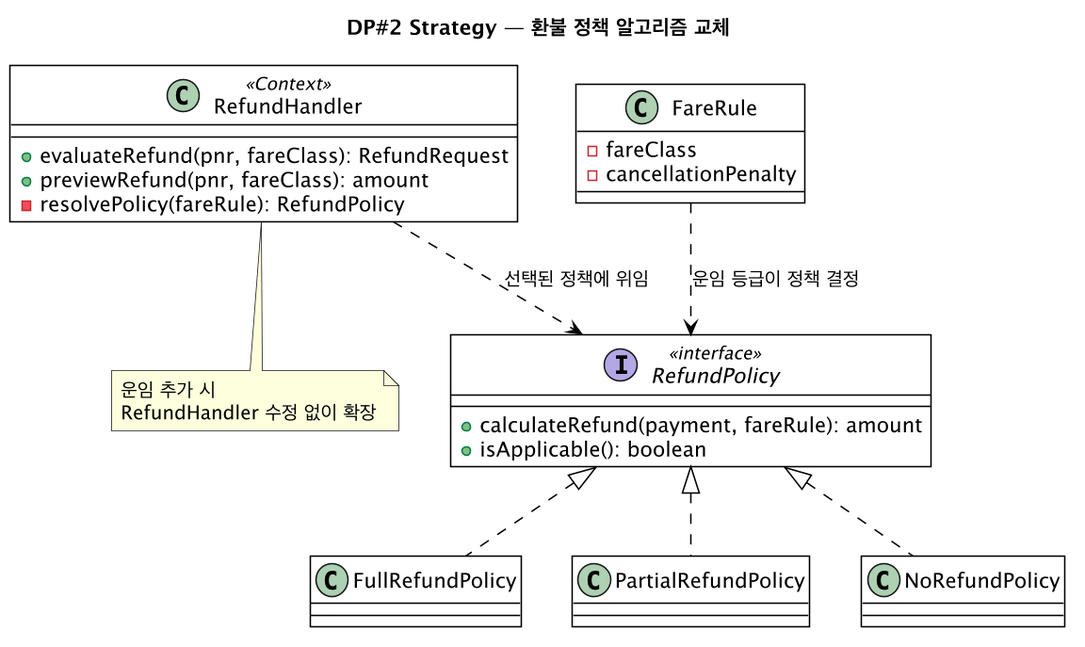
Before: docs/diagrams/iter4-puml/dp2-strategy.png, a diagram exported from PlantUML (gimjungwook/KoreanAirReservationDomain). The source it was exported from:
```plantuml
@startuml dp2-strategy
!include _style.puml
title DP#2 Strategy — 환불 정책 알고리즘 교체

interface RefundPolicy <<interface>> {
  +calculateRefund(payment, fareRule): amount
  +isApplicable(): boolean
}
class FullRefundPolicy
class PartialRefundPolicy
class NoRefundPolicy
class RefundHandler <<Context>> {
  +evaluateRefund(pnr, fareClass): RefundRequest
  +previewRefund(pnr, fareClass): amount
  -resolvePolicy(fareRule): RefundPolicy
}
class FareRule {
  -fareClass
  -cancellationPenalty
}

RefundPolicy <|.. FullRefundPolicy
RefundPolicy <|.. PartialRefundPolicy
RefundPolicy <|.. NoRefundPolicy
RefundHandler ..> RefundPolicy : 선택된 정책에 위임
FareRule ..> RefundPolicy : 운임 등급이 정책 결정
note bottom of RefundHandler : 운임 추가 시\nRefundHandler 수정 없이 확장
@enduml
```
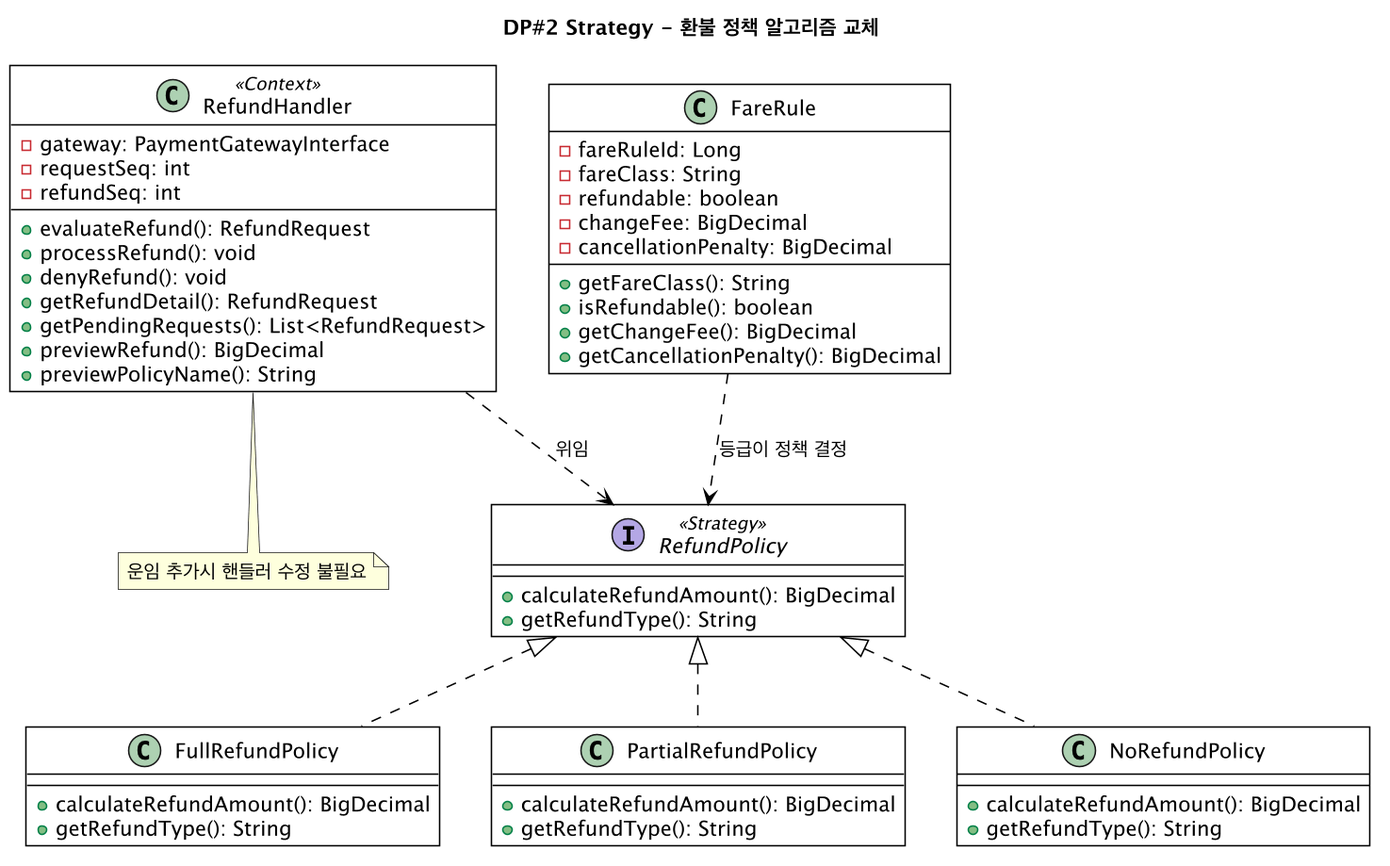
Later version of the same file.

What changed in the source:
```diff
@@ -1,28 +1,51 @@
 @startuml dp2-strategy
 !include _style.puml
-title DP#2 Strategy — 환불 정책 알고리즘 교체
-
-interface RefundPolicy <<interface>> {
-  +calculateRefund(payment, fareRule): amount
-  +isApplicable(): boolean
+title DP#2 Strategy - 환불 정책 알고리즘 교체
+interface RefundPolicy <<Strategy>> {
+  +calculateRefundAmount(): BigDecimal
+  +getRefundType(): String
 }
-class FullRefundPolicy
-class PartialRefundPolicy
-class NoRefundPolicy
+class FullRefundPolicy {
+  +calculateRefundAmount(): BigDecimal
+  +getRefundType(): String
+}
+class PartialRefundPolicy {
+  +calculateRefundAmount(): BigDecimal
+  +getRefundType(): String
+}
+class NoRefundPolicy {
+  +calculateRefundAmount(): BigDecimal
+  +getRefundType(): String
+}
 class RefundHandler <<Context>> {
-  +evaluateRefund(pnr, fareClass): RefundRequest
-  +previewRefund(pnr, fareClass): amount
-  -resolvePolicy(fareRule): RefundPolicy
+  -gateway: PaymentGatewayInterface
+  -requestSeq: int
+  -refundSeq: int
+  --
+  +evaluateRefund(): RefundRequest
+  +processRefund(): void
+  +denyRefund(): void
+  +getRefundDetail(): RefundRequest
+  +getPendingRequests(): List<RefundRequest>
+  +previewRefund(): BigDecimal
+  +previewPolicyName(): String
 }
 class FareRule {
-  -fareClass
-  -cancellationPenalty
+  -fareRuleId: Long
+  -fareClass: String
+  -refundable: boolean
+  -changeFee: BigDecimal
+  -cancellationPenalty: BigDecimal
+  --
+  +getFareClass(): String
+  +isRefundable(): boolean
+  +getChangeFee(): BigDecimal
+  +getCancellationPenalty(): BigDecimal
 }
-
 RefundPolicy <|.. FullRefundPolicy
 RefundPolicy <|.. PartialRefundPolicy
 RefundPolicy <|.. NoRefundPolicy
-RefundHandler ..> RefundPolicy : 선택된 정책에 위임
-FareRule ..> RefundPolicy : 운임 등급이 정책 결정
-note bottom of RefundHandler : 운임 추가 시\nRefundHandler 수정 없이 확장
+RefundHandler ..> RefundPolicy : 위임
+FareRule ..> RefundPolicy : 등급이 정책 결정
+note bottom of RefundHandler : 운임 추가시 핸들러 수정 불필요
 @enduml
```
